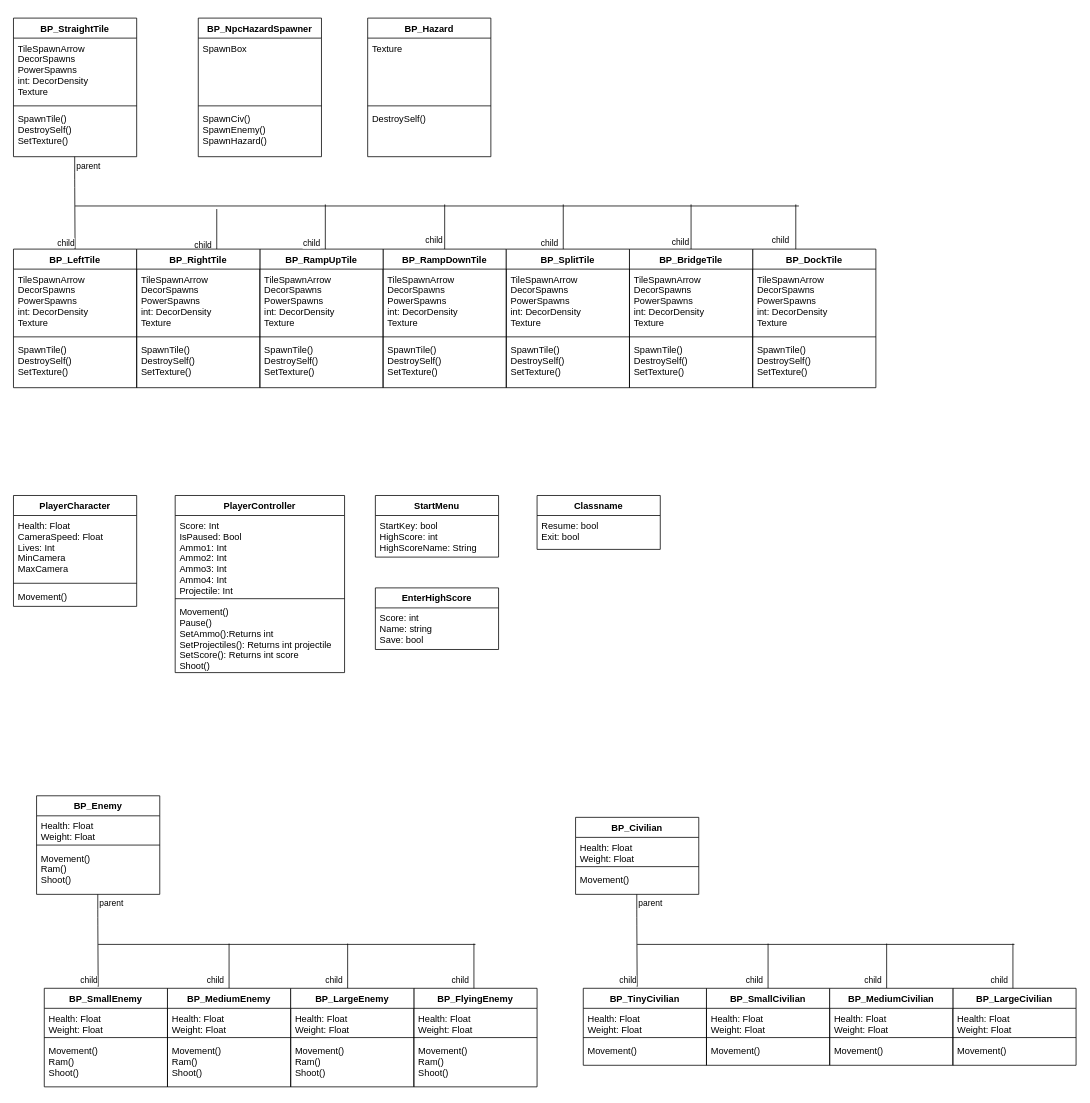
Earlier version of the draw.io diagram MAP UML Diagram.drawio (EanBott/MultiUserProject). Source tidied: cells renumbered, new cells numbered last; positions are measured from the earlier drawing's top-left corner, leaving out a move shared by most shapes. Both pictures are drawn from the tidied source at 77%, with x=0, y=0 at pixel (13, 18).
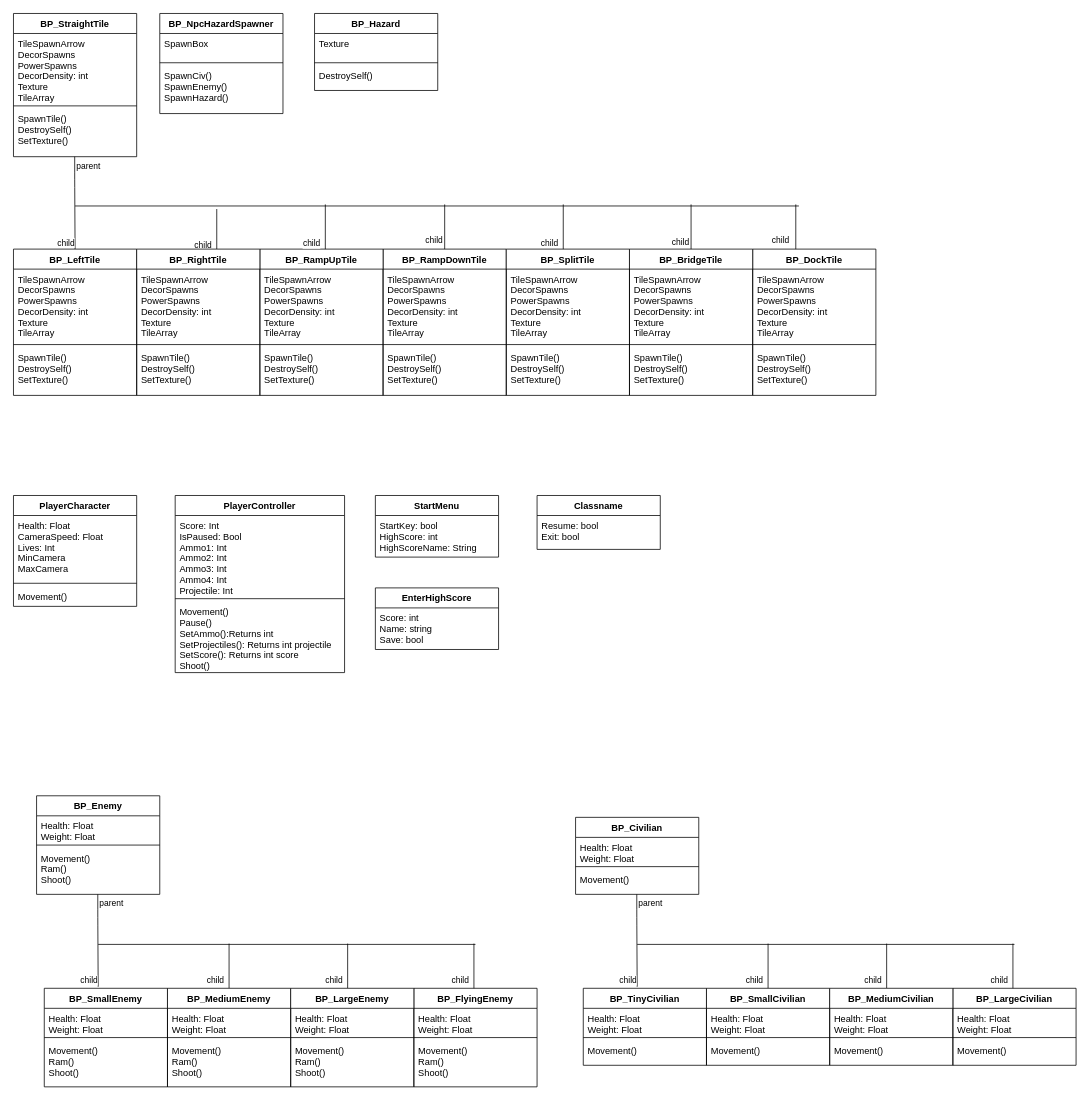
After the change.

The edit, as a diff of the source:
```diff
@@
     <mxCell id="2" value="BP_StraightTile" style="swimlane;fontStyle=1;align=center;verticalAlign=top;horizontal=1;startSize=26;" parent="1" vertex="1">
-      <mxGeometry width="160" height="180" as="geometry" />
+      <mxGeometry y="-6" width="160" height="186" as="geometry" />
     </mxCell>
-    <mxCell id="3" value="TileSpawnArrow&#10;DecorSpawns&#10;PowerSpawns&#10;int: DecorDensity&#10;Texture" style="text;strokeColor=none;fillColor=none;align=left;verticalAlign=top;spacingLeft=4;spacingRight=4;overflow=hidden;" parent="2" vertex="1">
-      <mxGeometry y="26" width="160" height="84" as="geometry" />
+    <mxCell id="3" value="TileSpawnArrow&#10;DecorSpawns&#10;PowerSpawns&#10;DecorDensity: int&#10;Texture&#10;TileArray" style="text;strokeColor=none;fillColor=none;align=left;verticalAlign=top;spacingLeft=4;spacingRight=4;overflow=hidden;" parent="2" vertex="1">
+      <mxGeometry y="26" width="160" height="90" as="geometry" />
     </mxCell>
     <mxCell id="4" style="line;strokeWidth=1;fillColor=none;align=left;verticalAlign=middle;spacingTop=-1;spacingLeft=3;spacingRight=3;labelPosition=right;" parent="2" vertex="1">
-      <mxGeometry y="110" width="160" height="8" as="geometry" />
+      <mxGeometry y="116" width="160" height="8" as="geometry" />
     </mxCell>
     <mxCell id="5" value="SpawnTile()&#10;DestroySelf()&#10;SetTexture()" style="text;strokeColor=none;fillColor=none;align=left;verticalAlign=top;spacingLeft=4;spacingRight=4;overflow=hidden;" parent="2" vertex="1">
-      <mxGeometry y="118" width="160" height="62" as="geometry" />
+      <mxGeometry y="124" width="160" height="62" as="geometry" />
     </mxCell>
@@
     <mxCell id="9" value="BP_LeftTile" style="swimlane;fontStyle=1;align=center;verticalAlign=top;horizontal=1;startSize=26;" parent="1" vertex="1">
-      <mxGeometry y="300" width="160" height="180" as="geometry" />
+      <mxGeometry y="300" width="160" height="190" as="geometry" />
     </mxCell>
-    <mxCell id="10" value="TileSpawnArrow&#10;DecorSpawns&#10;PowerSpawns&#10;int: DecorDensity&#10;Texture" style="text;strokeColor=none;fillColor=none;align=left;verticalAlign=top;spacingLeft=4;spacingRight=4;overflow=hidden;" parent="9" vertex="1">
-      <mxGeometry y="26" width="160" height="84" as="geometry" />
+    <mxCell id="10" value="TileSpawnArrow&#10;DecorSpawns&#10;PowerSpawns&#10;DecorDensity: int&#10;Texture&#10;TileArray" style="text;strokeColor=none;fillColor=none;align=left;verticalAlign=top;spacingLeft=4;spacingRight=4;overflow=hidden;" parent="9" vertex="1">
+      <mxGeometry y="26" width="160" height="94" as="geometry" />
     </mxCell>
     <mxCell id="11" style="line;strokeWidth=1;fillColor=none;align=left;verticalAlign=middle;spacingTop=-1;spacingLeft=3;spacingRight=3;labelPosition=right;" parent="9" vertex="1">
-      <mxGeometry y="110" width="160" height="8" as="geometry" />
+      <mxGeometry y="120" width="160" height="8" as="geometry" />
     </mxCell>
     <mxCell id="12" value="SpawnTile()&#10;DestroySelf()&#10;SetTexture()" style="text;strokeColor=none;fillColor=none;align=left;verticalAlign=top;spacingLeft=4;spacingRight=4;overflow=hidden;" parent="9" vertex="1">
-      <mxGeometry y="118" width="160" height="62" as="geometry" />
+      <mxGeometry y="128" width="160" height="62" as="geometry" />
     </mxCell>
@@
     <mxCell id="16" value="BP_RampDownTile" style="swimlane;fontStyle=1;align=center;verticalAlign=top;horizontal=1;startSize=26;" parent="1" vertex="1">
-      <mxGeometry x="480" y="300" width="160" height="180" as="geometry" />
+      <mxGeometry x="480" y="300" width="160" height="190" as="geometry" />
     </mxCell>
-    <mxCell id="17" value="TileSpawnArrow&#10;DecorSpawns&#10;PowerSpawns&#10;int: DecorDensity&#10;Texture" style="text;strokeColor=none;fillColor=none;align=left;verticalAlign=top;spacingLeft=4;spacingRight=4;overflow=hidden;" parent="16" vertex="1">
-      <mxGeometry y="26" width="160" height="84" as="geometry" />
+    <mxCell id="17" value="TileSpawnArrow&#10;DecorSpawns&#10;PowerSpawns&#10;DecorDensity: int&#10;Texture&#10;TileArray" style="text;strokeColor=none;fillColor=none;align=left;verticalAlign=top;spacingLeft=4;spacingRight=4;overflow=hidden;" parent="16" vertex="1">
+      <mxGeometry y="26" width="160" height="94" as="geometry" />
     </mxCell>
     <mxCell id="18" style="line;strokeWidth=1;fillColor=none;align=left;verticalAlign=middle;spacingTop=-1;spacingLeft=3;spacingRight=3;labelPosition=right;" parent="16" vertex="1">
-      <mxGeometry y="110" width="160" height="8" as="geometry" />
+      <mxGeometry y="120" width="160" height="8" as="geometry" />
     </mxCell>
     <mxCell id="19" value="SpawnTile()&#10;DestroySelf()&#10;SetTexture()" style="text;strokeColor=none;fillColor=none;align=left;verticalAlign=top;spacingLeft=4;spacingRight=4;overflow=hidden;" parent="16" vertex="1">
-      <mxGeometry y="118" width="160" height="62" as="geometry" />
+      <mxGeometry y="128" width="160" height="62" as="geometry" />
     </mxCell>
     <mxCell id="20" value="BP_RampUpTile&#10;" style="swimlane;fontStyle=1;align=center;verticalAlign=top;horizontal=1;startSize=26;" parent="1" vertex="1">
-      <mxGeometry x="320" y="300" width="160" height="180" as="geometry" />
+      <mxGeometry x="320" y="300" width="160" height="190" as="geometry" />
     </mxCell>
-    <mxCell id="21" value="TileSpawnArrow&#10;DecorSpawns&#10;PowerSpawns&#10;int: DecorDensity&#10;Texture" style="text;strokeColor=none;fillColor=none;align=left;verticalAlign=top;spacingLeft=4;spacingRight=4;overflow=hidden;" parent="20" vertex="1">
-      <mxGeometry y="26" width="160" height="84" as="geometry" />
+    <mxCell id="21" value="TileSpawnArrow&#10;DecorSpawns&#10;PowerSpawns&#10;DecorDensity: int&#10;Texture&#10;TileArray" style="text;strokeColor=none;fillColor=none;align=left;verticalAlign=top;spacingLeft=4;spacingRight=4;overflow=hidden;" parent="20" vertex="1">
+      <mxGeometry y="26" width="160" height="94" as="geometry" />
     </mxCell>
     <mxCell id="22" style="line;strokeWidth=1;fillColor=none;align=left;verticalAlign=middle;spacingTop=-1;spacingLeft=3;spacingRight=3;labelPosition=right;" parent="20" vertex="1">
-      <mxGeometry y="110" width="160" height="8" as="geometry" />
+      <mxGeometry y="120" width="160" height="8" as="geometry" />
     </mxCell>
     <mxCell id="23" value="SpawnTile()&#10;DestroySelf()&#10;SetTexture()" style="text;strokeColor=none;fillColor=none;align=left;verticalAlign=top;spacingLeft=4;spacingRight=4;overflow=hidden;" parent="20" vertex="1">
-      <mxGeometry y="118" width="160" height="62" as="geometry" />
+      <mxGeometry y="128" width="160" height="62" as="geometry" />
     </mxCell>
     <mxCell id="24" value="BP_RightTile" style="swimlane;fontStyle=1;align=center;verticalAlign=top;horizontal=1;startSize=26;" parent="1" vertex="1">
-      <mxGeometry x="160" y="300" width="160" height="180" as="geometry" />
+      <mxGeometry x="160" y="300" width="160" height="190" as="geometry" />
     </mxCell>
-    <mxCell id="25" value="TileSpawnArrow&#10;DecorSpawns&#10;PowerSpawns&#10;int: DecorDensity&#10;Texture" style="text;strokeColor=none;fillColor=none;align=left;verticalAlign=top;spacingLeft=4;spacingRight=4;overflow=hidden;" parent="24" vertex="1">
-      <mxGeometry y="26" width="160" height="84" as="geometry" />
+    <mxCell id="25" value="TileSpawnArrow&#10;DecorSpawns&#10;PowerSpawns&#10;DecorDensity: int&#10;Texture&#10;TileArray" style="text;strokeColor=none;fillColor=none;align=left;verticalAlign=top;spacingLeft=4;spacingRight=4;overflow=hidden;" parent="24" vertex="1">
+      <mxGeometry y="26" width="160" height="94" as="geometry" />
     </mxCell>
     <mxCell id="26" style="line;strokeWidth=1;fillColor=none;align=left;verticalAlign=middle;spacingTop=-1;spacingLeft=3;spacingRight=3;labelPosition=right;" parent="24" vertex="1">
-      <mxGeometry y="110" width="160" height="8" as="geometry" />
+      <mxGeometry y="120" width="160" height="8" as="geometry" />
     </mxCell>
     <mxCell id="27" value="SpawnTile()&#10;DestroySelf()&#10;SetTexture()" style="text;strokeColor=none;fillColor=none;align=left;verticalAlign=top;spacingLeft=4;spacingRight=4;overflow=hidden;" parent="24" vertex="1">
-      <mxGeometry y="118" width="160" height="62" as="geometry" />
+      <mxGeometry y="128" width="160" height="62" as="geometry" />
     </mxCell>
     <mxCell id="28" value="BP_SplitTile" style="swimlane;fontStyle=1;align=center;verticalAlign=top;horizontal=1;startSize=26;" parent="1" vertex="1">
-      <mxGeometry x="640" y="300" width="160" height="180" as="geometry" />
+      <mxGeometry x="640" y="300" width="160" height="190" as="geometry" />
     </mxCell>
-    <mxCell id="29" value="TileSpawnArrow&#10;DecorSpawns&#10;PowerSpawns&#10;int: DecorDensity&#10;Texture" style="text;strokeColor=none;fillColor=none;align=left;verticalAlign=top;spacingLeft=4;spacingRight=4;overflow=hidden;" parent="28" vertex="1">
-      <mxGeometry y="26" width="160" height="84" as="geometry" />
+    <mxCell id="29" value="TileSpawnArrow&#10;DecorSpawns&#10;PowerSpawns&#10;DecorDensity: int&#10;Texture&#10;TileArray" style="text;strokeColor=none;fillColor=none;align=left;verticalAlign=top;spacingLeft=4;spacingRight=4;overflow=hidden;" parent="28" vertex="1">
+      <mxGeometry y="26" width="160" height="94" as="geometry" />
     </mxCell>
     <mxCell id="30" style="line;strokeWidth=1;fillColor=none;align=left;verticalAlign=middle;spacingTop=-1;spacingLeft=3;spacingRight=3;labelPosition=right;" parent="28" vertex="1">
-      <mxGeometry y="110" width="160" height="8" as="geometry" />
+      <mxGeometry y="120" width="160" height="8" as="geometry" />
     </mxCell>
     <mxCell id="31" value="SpawnTile()&#10;DestroySelf()&#10;SetTexture()" style="text;strokeColor=none;fillColor=none;align=left;verticalAlign=top;spacingLeft=4;spacingRight=4;overflow=hidden;" parent="28" vertex="1">
-      <mxGeometry y="118" width="160" height="62" as="geometry" />
+      <mxGeometry y="128" width="160" height="62" as="geometry" />
     </mxCell>
     <mxCell id="32" value="BP_DockTile" style="swimlane;fontStyle=1;align=center;verticalAlign=top;horizontal=1;startSize=26;" parent="1" vertex="1">
-      <mxGeometry x="960" y="300" width="160" height="180" as="geometry" />
+      <mxGeometry x="960" y="300" width="160" height="190" as="geometry" />
     </mxCell>
-    <mxCell id="33" value="TileSpawnArrow&#10;DecorSpawns&#10;PowerSpawns&#10;int: DecorDensity&#10;Texture" style="text;strokeColor=none;fillColor=none;align=left;verticalAlign=top;spacingLeft=4;spacingRight=4;overflow=hidden;" parent="32" vertex="1">
-      <mxGeometry y="26" width="160" height="84" as="geometry" />
+    <mxCell id="33" value="TileSpawnArrow&#10;DecorSpawns&#10;PowerSpawns&#10;DecorDensity: int&#10;Texture&#10;TileArray" style="text;strokeColor=none;fillColor=none;align=left;verticalAlign=top;spacingLeft=4;spacingRight=4;overflow=hidden;" parent="32" vertex="1">
+      <mxGeometry y="26" width="160" height="94" as="geometry" />
     </mxCell>
     <mxCell id="34" style="line;strokeWidth=1;fillColor=none;align=left;verticalAlign=middle;spacingTop=-1;spacingLeft=3;spacingRight=3;labelPosition=right;" parent="32" vertex="1">
-      <mxGeometry y="110" width="160" height="8" as="geometry" />
+      <mxGeometry y="120" width="160" height="8" as="geometry" />
     </mxCell>
     <mxCell id="35" value="SpawnTile()&#10;DestroySelf()&#10;SetTexture()" style="text;strokeColor=none;fillColor=none;align=left;verticalAlign=top;spacingLeft=4;spacingRight=4;overflow=hidden;" parent="32" vertex="1">
-      <mxGeometry y="118" width="160" height="62" as="geometry" />
+      <mxGeometry y="128" width="160" height="62" as="geometry" />
     </mxCell>
     <mxCell id="36" value="BP_BridgeTile" style="swimlane;fontStyle=1;align=center;verticalAlign=top;horizontal=1;startSize=26;" parent="1" vertex="1">
-      <mxGeometry x="800" y="300" width="160" height="180" as="geometry" />
+      <mxGeometry x="800" y="300" width="160" height="190" as="geometry" />
     </mxCell>
-    <mxCell id="37" value="TileSpawnArrow&#10;DecorSpawns&#10;PowerSpawns&#10;int: DecorDensity&#10;Texture" style="text;strokeColor=none;fillColor=none;align=left;verticalAlign=top;spacingLeft=4;spacingRight=4;overflow=hidden;" parent="36" vertex="1">
-      <mxGeometry y="26" width="160" height="84" as="geometry" />
+    <mxCell id="37" value="TileSpawnArrow&#10;DecorSpawns&#10;PowerSpawns&#10;DecorDensity: int&#10;Texture&#10;TileArray" style="text;strokeColor=none;fillColor=none;align=left;verticalAlign=top;spacingLeft=4;spacingRight=4;overflow=hidden;" parent="36" vertex="1">
+      <mxGeometry y="26" width="160" height="94" as="geometry" />
     </mxCell>
     <mxCell id="38" style="line;strokeWidth=1;fillColor=none;align=left;verticalAlign=middle;spacingTop=-1;spacingLeft=3;spacingRight=3;labelPosition=right;" parent="36" vertex="1">
-      <mxGeometry y="110" width="160" height="8" as="geometry" />
+      <mxGeometry y="120" width="160" height="8" as="geometry" />
     </mxCell>
     <mxCell id="39" value="SpawnTile()&#10;DestroySelf()&#10;SetTexture()" style="text;strokeColor=none;fillColor=none;align=left;verticalAlign=top;spacingLeft=4;spacingRight=4;overflow=hidden;" parent="36" vertex="1">
-      <mxGeometry y="118" width="160" height="62" as="geometry" />
+      <mxGeometry y="128" width="160" height="62" as="geometry" />
     </mxCell>
@@
     <mxCell id="50" value="BP_Hazard" style="swimlane;fontStyle=1;align=center;verticalAlign=top;horizontal=1;startSize=26;" parent="1" vertex="1">
-      <mxGeometry x="460" width="160" height="180" as="geometry" />
+      <mxGeometry x="391" y="-6" width="160" height="100" as="geometry" />
     </mxCell>
     <mxCell id="51" value="Texture" style="text;strokeColor=none;fillColor=none;align=left;verticalAlign=top;spacingLeft=4;spacingRight=4;overflow=hidden;" parent="50" vertex="1">
-      <mxGeometry y="26" width="160" height="84" as="geometry" />
+      <mxGeometry y="26" width="160" height="34" as="geometry" />
     </mxCell>
     <mxCell id="52" style="line;strokeWidth=1;fillColor=none;align=left;verticalAlign=middle;spacingTop=-1;spacingLeft=3;spacingRight=3;labelPosition=right;" parent="50" vertex="1">
-      <mxGeometry y="110" width="160" height="8" as="geometry" />
+      <mxGeometry y="60" width="160" height="8" as="geometry" />
     </mxCell>
     <mxCell id="53" value="DestroySelf()&#10;" style="text;strokeColor=none;fillColor=none;align=left;verticalAlign=top;spacingLeft=4;spacingRight=4;overflow=hidden;" parent="50" vertex="1">
-      <mxGeometry y="118" width="160" height="62" as="geometry" />
+      <mxGeometry y="68" width="160" height="32" as="geometry" />
     </mxCell>
     <mxCell id="54" value="BP_NpcHazardSpawner" style="swimlane;fontStyle=1;align=center;verticalAlign=top;horizontal=1;startSize=26;" parent="1" vertex="1">
-      <mxGeometry x="240" width="160" height="180" as="geometry" />
+      <mxGeometry x="190" y="-6" width="160" height="130" as="geometry" />
     </mxCell>
     <mxCell id="55" value="SpawnBox" style="text;strokeColor=none;fillColor=none;align=left;verticalAlign=top;spacingLeft=4;spacingRight=4;overflow=hidden;" parent="54" vertex="1">
-      <mxGeometry y="26" width="160" height="84" as="geometry" />
+      <mxGeometry y="26" width="160" height="34" as="geometry" />
     </mxCell>
     <mxCell id="56" style="line;strokeWidth=1;fillColor=none;align=left;verticalAlign=middle;spacingTop=-1;spacingLeft=3;spacingRight=3;labelPosition=right;" parent="54" vertex="1">
-      <mxGeometry y="110" width="160" height="8" as="geometry" />
+      <mxGeometry y="60" width="160" height="8" as="geometry" />
     </mxCell>
     <mxCell id="57" value="SpawnCiv()&#10;SpawnEnemy()&#10;SpawnHazard()" style="text;strokeColor=none;fillColor=none;align=left;verticalAlign=top;spacingLeft=4;spacingRight=4;overflow=hidden;" parent="54" vertex="1">
-      <mxGeometry y="118" width="160" height="62" as="geometry" />
+      <mxGeometry y="68" width="160" height="62" as="geometry" />
     </mxCell>
```
